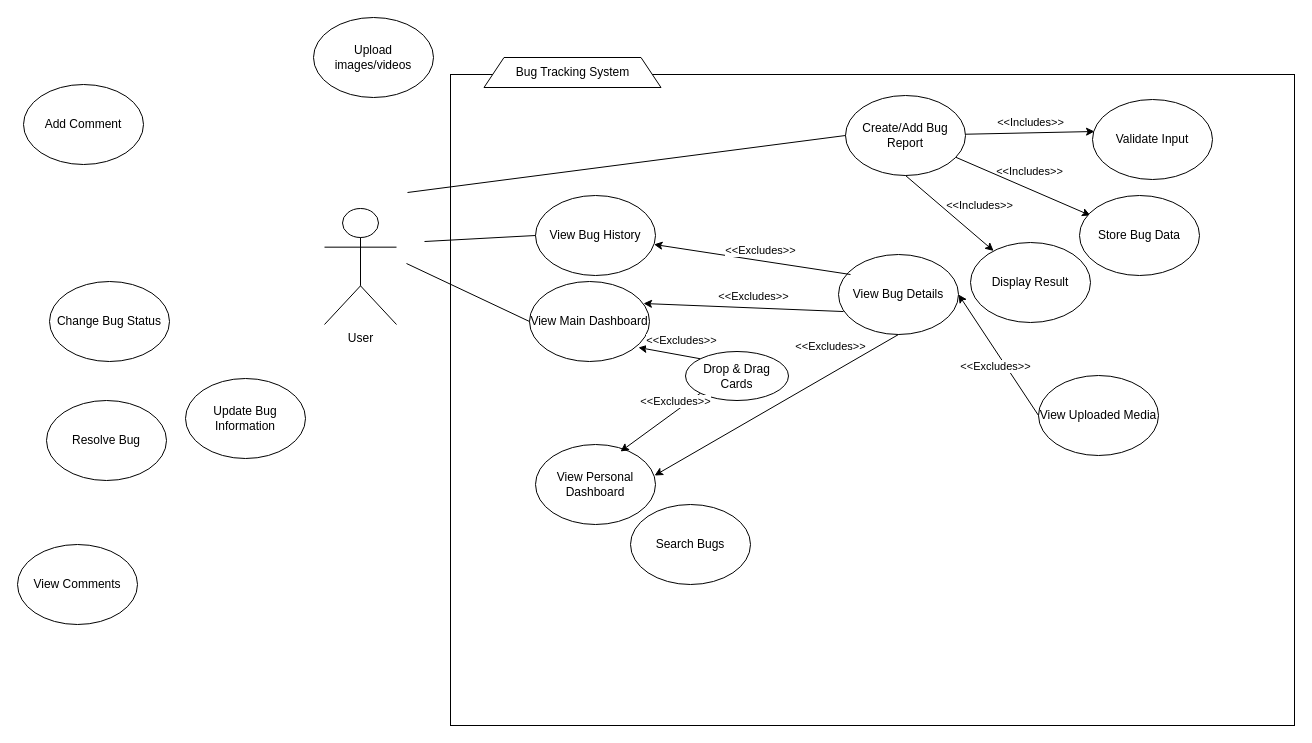
The draw.io diagram UML-Diagrams/Use-Case-Diagram.drawio in ConradCJM/bugterra, before the edit. Source tidied: cells renumbered, new cells numbered last; positions are measured from the earlier drawing's top-left corner, leaving out a move shared by most shapes. Both pictures are drawn from the tidied source at 100%, with x=0, y=0 at pixel (17, 17).
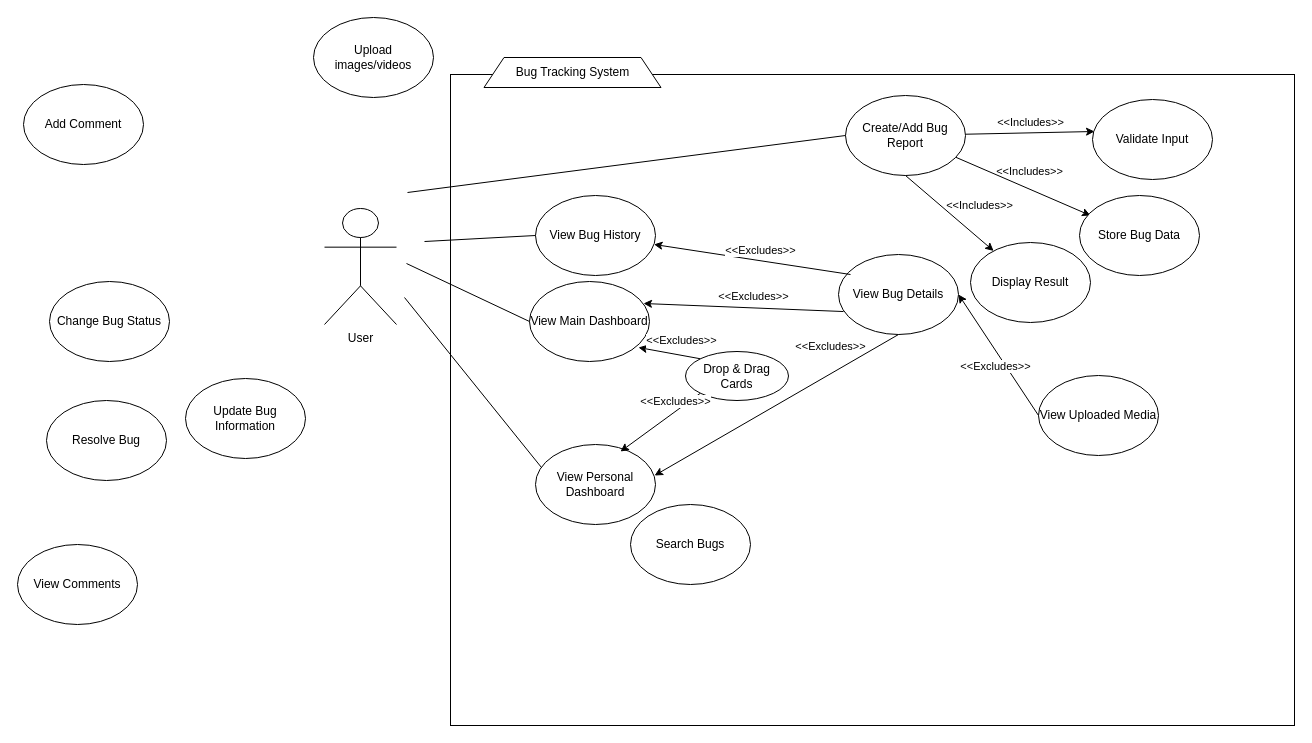
The same page after the edit.

The change refers to these unchanged cells:
```xml
<mxCell id="24" value="View Personal Dashboard" style="ellipse;whiteSpace=wrap;html=1;" parent="1" vertex="1">
  <mxGeometry x="518" y="427" width="120" height="80" as="geometry" />
</mxCell>
```

The edit, as a diff of the source:
```diff
@@
+    <mxCell id="43" style="endArrow=none;html=1;rounded=0;entryX=0.05;entryY=0.288;entryDx=0;entryDy=0;entryPerimeter=0;" parent="1" edge="1" target="24">
+      <mxGeometry relative="1" as="geometry">
+        <mxPoint x="387" y="280" as="sourcePoint" />
+      </mxGeometry>
+    </mxCell>
```
